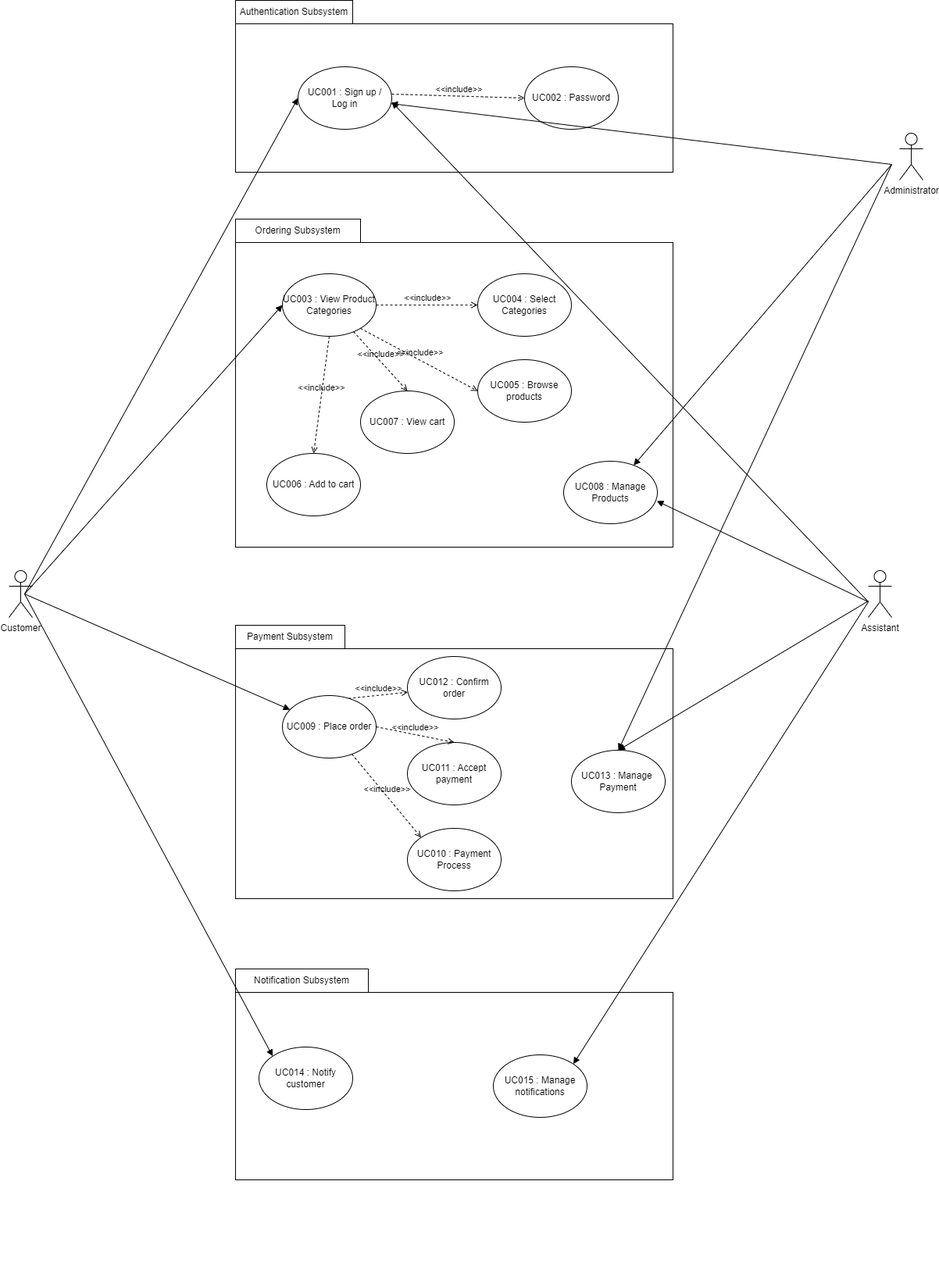
The draw.io diagram proposal/submission/sec02/Allen/diagram.png in drshahizan/software-engineering, before a commit. Source tidied: cells renumbered, new cells last; positions are measured from the earlier drawing's top-left corner, leaving out a move shared by most shapes.
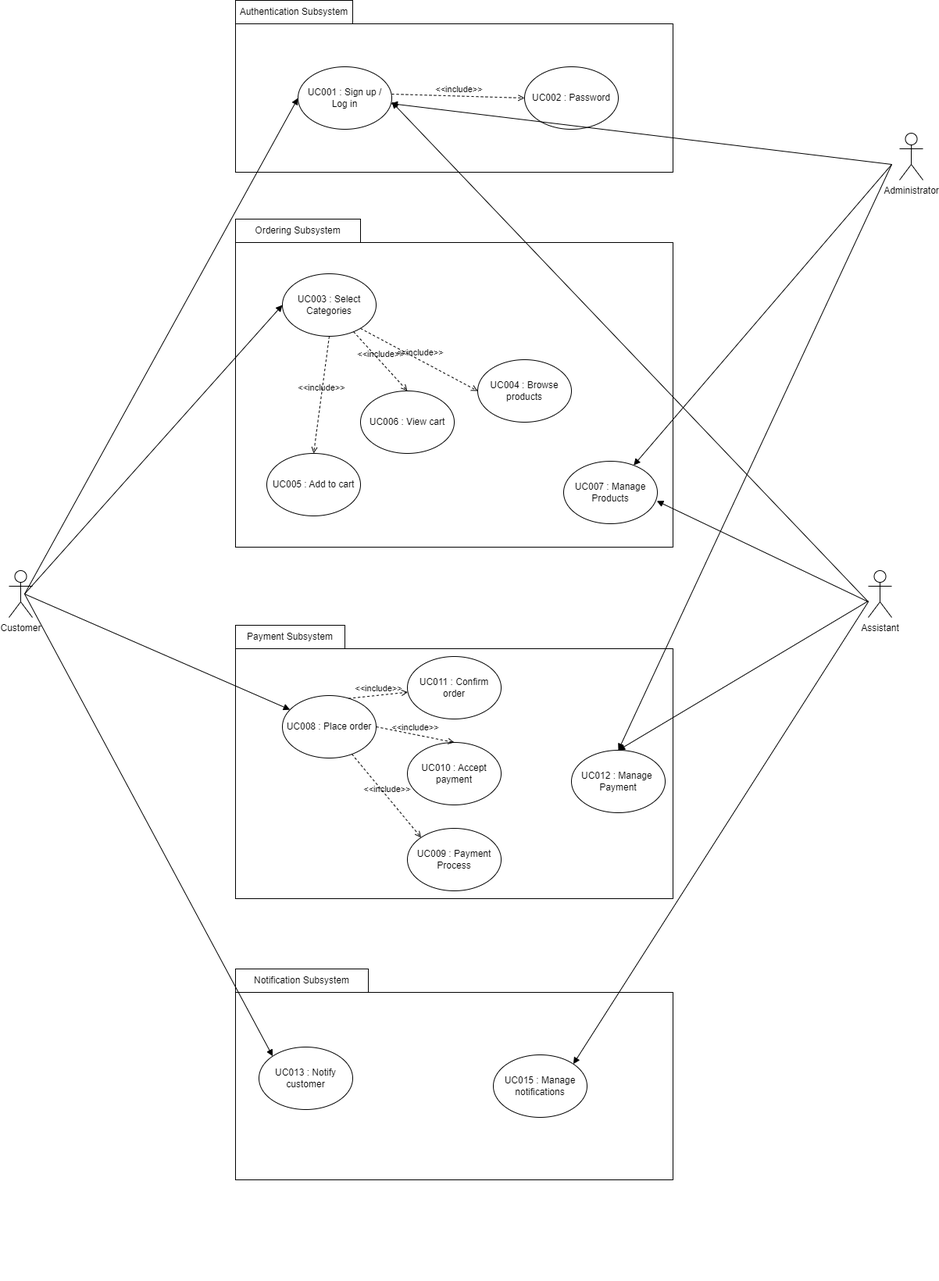
The same file after the commit.

What changed in the source:
```diff
@@ -20,22 +20,19 @@
     <mxCell id="7" value="Ordering Subsystem" style="rounded=0;whiteSpace=wrap;html=1;" parent="1" vertex="1">
       <mxGeometry x="290" y="280" width="160" height="30" as="geometry" />
     </mxCell>
-    <mxCell id="8" value="UC003 : View Product Categories" style="ellipse;whiteSpace=wrap;html=1;" parent="1" vertex="1">
-      <mxGeometry x="350" y="350" width="120" height="80" as="geometry" />
-    </mxCell>
-    <mxCell id="9" value="UC004 : Select Categories" style="ellipse;whiteSpace=wrap;html=1;" parent="1" vertex="1">
-      <mxGeometry x="600" y="350" width="120" height="80" as="geometry" />
+    <mxCell id="9" value="UC003 : Select Categories" style="ellipse;whiteSpace=wrap;html=1;" parent="1" vertex="1">
+      <mxGeometry x="350" y="350" width="120" height="80" as="geometry" />
     </mxCell>
-    <mxCell id="10" value="UC005 : Browse products" style="ellipse;whiteSpace=wrap;html=1;" parent="1" vertex="1">
+    <mxCell id="10" value="UC004 : Browse products" style="ellipse;whiteSpace=wrap;html=1;" parent="1" vertex="1">
       <mxGeometry x="600" y="460" width="120" height="80" as="geometry" />
     </mxCell>
-    <mxCell id="11" value="UC008 : Manage Products" style="ellipse;whiteSpace=wrap;html=1;" parent="1" vertex="1">
+    <mxCell id="11" value="UC007 : Manage Products" style="ellipse;whiteSpace=wrap;html=1;" parent="1" vertex="1">
       <mxGeometry x="710" y="590" width="120" height="80" as="geometry" />
     </mxCell>
-    <mxCell id="12" value="UC006 : Add to cart" style="ellipse;whiteSpace=wrap;html=1;" parent="1" vertex="1">
+    <mxCell id="12" value="UC005 : Add to cart" style="ellipse;whiteSpace=wrap;html=1;" parent="1" vertex="1">
       <mxGeometry x="330" y="580" width="120" height="80" as="geometry" />
     </mxCell>
-    <mxCell id="13" value="UC007 : View cart" style="ellipse;whiteSpace=wrap;html=1;" parent="1" vertex="1">
+    <mxCell id="13" value="UC006 : View cart" style="ellipse;whiteSpace=wrap;html=1;" parent="1" vertex="1">
       <mxGeometry x="450" y="500" width="120" height="80" as="geometry" />
     </mxCell>
     <mxCell id="14" style="rounded=0;whiteSpace=wrap;html=1;" parent="1" vertex="1">
@@ -44,19 +41,19 @@
     <mxCell id="15" value="Payment Subsystem" style="rounded=0;whiteSpace=wrap;html=1;" parent="1" vertex="1">
       <mxGeometry x="290" y="800" width="140" height="30" as="geometry" />
     </mxCell>
-    <mxCell id="16" value="UC009 : Place order" style="ellipse;whiteSpace=wrap;html=1;" parent="1" vertex="1">
+    <mxCell id="16" value="UC008 : Place order" style="ellipse;whiteSpace=wrap;html=1;" parent="1" vertex="1">
       <mxGeometry x="350" y="890" width="120" height="80" as="geometry" />
     </mxCell>
-    <mxCell id="17" value="UC012 : Confirm order" style="ellipse;whiteSpace=wrap;html=1;" parent="1" vertex="1">
+    <mxCell id="17" value="UC011 : Confirm order" style="ellipse;whiteSpace=wrap;html=1;" parent="1" vertex="1">
       <mxGeometry x="510" y="840" width="120" height="80" as="geometry" />
     </mxCell>
-    <mxCell id="18" value="UC010 : Payment Process" style="ellipse;whiteSpace=wrap;html=1;" parent="1" vertex="1">
+    <mxCell id="18" value="UC009 : Payment Process" style="ellipse;whiteSpace=wrap;html=1;" parent="1" vertex="1">
       <mxGeometry x="510" y="1060" width="120" height="80" as="geometry" />
     </mxCell>
-    <mxCell id="19" value="UC011 : Accept payment" style="ellipse;whiteSpace=wrap;html=1;" parent="1" vertex="1">
+    <mxCell id="19" value="UC010 : Accept payment" style="ellipse;whiteSpace=wrap;html=1;" parent="1" vertex="1">
       <mxGeometry x="510" y="950" width="120" height="80" as="geometry" />
     </mxCell>
-    <mxCell id="20" value="UC013 : Manage&amp;nbsp; Payment" style="ellipse;whiteSpace=wrap;html=1;" parent="1" vertex="1">
+    <mxCell id="20" value="UC012 : Manage&amp;nbsp; Payment" style="ellipse;whiteSpace=wrap;html=1;" parent="1" vertex="1">
       <mxGeometry x="720" y="960" width="120" height="80" as="geometry" />
     </mxCell>
     <mxCell id="21" style="rounded=0;whiteSpace=wrap;html=1;" parent="1" vertex="1">
@@ -65,7 +62,7 @@
     <mxCell id="22" value="Notification Subsystem" style="rounded=0;whiteSpace=wrap;html=1;" parent="1" vertex="1">
       <mxGeometry x="290" y="1240" width="170" height="30" as="geometry" />
     </mxCell>
-    <mxCell id="23" value="UC014 : Notify customer" style="ellipse;whiteSpace=wrap;html=1;" parent="1" vertex="1">
+    <mxCell id="23" value="UC013 : Notify customer" style="ellipse;whiteSpace=wrap;html=1;" parent="1" vertex="1">
       <mxGeometry x="320" y="1340" width="120" height="80" as="geometry" />
     </mxCell>
     <mxCell id="24" value="UC015 : Manage notifications" style="ellipse;whiteSpace=wrap;html=1;" parent="1" vertex="1">
@@ -99,16 +96,12 @@
         <mxPoint x="490" y="130" as="targetPoint" />
       </mxGeometry>
     </mxCell>
-    <mxCell id="31" style="html=1;verticalAlign=bottom;labelBackgroundColor=none;endArrow=block;endFill=1;entryX=0;entryY=0.5;entryDx=0;entryDy=0;" parent="1" edge="1" target="8">
+    <mxCell id="31" style="html=1;verticalAlign=bottom;labelBackgroundColor=none;endArrow=block;endFill=1;entryX=0;entryY=0.5;entryDx=0;entryDy=0;" parent="1" edge="1">
       <mxGeometry relative="1" as="geometry">
         <mxPoint x="20" y="760" as="sourcePoint" />
+        <mxPoint x="350" y="390" as="targetPoint" />
       </mxGeometry>
     </mxCell>
-    <mxCell id="32" value="&amp;lt;&amp;lt;include&amp;gt;&amp;gt;" style="html=1;verticalAlign=bottom;labelBackgroundColor=none;endArrow=open;endFill=0;dashed=1;exitX=1;exitY=0.5;exitDx=0;exitDy=0;" parent="1" edge="1" source="8">
-      <mxGeometry x="0.01" relative="1" as="geometry">
-        <mxPoint x="600" y="390" as="targetPoint" />
-      </mxGeometry>
-    </mxCell>
     <mxCell id="33" value="&amp;lt;&amp;lt;include&amp;gt;&amp;gt;" style="html=1;verticalAlign=bottom;labelBackgroundColor=none;endArrow=open;endFill=0;dashed=1;entryX=0;entryY=0.5;entryDx=0;entryDy=0;" parent="1" edge="1" target="10">
       <mxGeometry relative="1" as="geometry">
         <mxPoint x="450" y="420" as="sourcePoint" />
@@ -133,11 +126,15 @@
         <mxPoint x="20" y="760" as="sourcePoint" />
       </mxGeometry>
     </mxCell>
-    <mxCell id="39" value="&amp;lt;&amp;lt;include&amp;gt;&amp;gt;" style="html=1;verticalAlign=bottom;labelBackgroundColor=none;endArrow=open;endFill=0;dashed=1;entryX=0.5;entryY=0;entryDx=0;entryDy=0;" parent="1" edge="1" source="8" target="13">
-      <mxGeometry relative="1" as="geometry" />
+    <mxCell id="39" value="&amp;lt;&amp;lt;include&amp;gt;&amp;gt;" style="html=1;verticalAlign=bottom;labelBackgroundColor=none;endArrow=open;endFill=0;dashed=1;entryX=0.5;entryY=0;entryDx=0;entryDy=0;" parent="1" edge="1" target="13">
+      <mxGeometry relative="1" as="geometry">
+        <mxPoint x="441.1" y="424.2" as="sourcePoint" />
+      </mxGeometry>
     </mxCell>
-    <mxCell id="40" value="&amp;lt;&amp;lt;include&amp;gt;&amp;gt;" style="html=1;verticalAlign=bottom;labelBackgroundColor=none;endArrow=open;endFill=0;dashed=1;entryX=0.5;entryY=0;entryDx=0;entryDy=0;exitX=0.5;exitY=1;exitDx=0;exitDy=0;" parent="1" edge="1" source="8" target="12">
-      <mxGeometry relative="1" as="geometry" />
+    <mxCell id="40" value="&amp;lt;&amp;lt;include&amp;gt;&amp;gt;" style="html=1;verticalAlign=bottom;labelBackgroundColor=none;endArrow=open;endFill=0;dashed=1;entryX=0.5;entryY=0;entryDx=0;entryDy=0;exitX=0.5;exitY=1;exitDx=0;exitDy=0;" parent="1" edge="1" target="12">
+      <mxGeometry relative="1" as="geometry">
+        <mxPoint x="410" y="430" as="sourcePoint" />
+      </mxGeometry>
     </mxCell>
     <mxCell id="41" style="html=1;verticalAlign=bottom;labelBackgroundColor=none;endArrow=block;endFill=1;entryX=0.994;entryY=0.636;entryDx=0;entryDy=0;entryPerimeter=0;" parent="1" edge="1" target="11">
       <mxGeometry relative="1" as="geometry">
```
